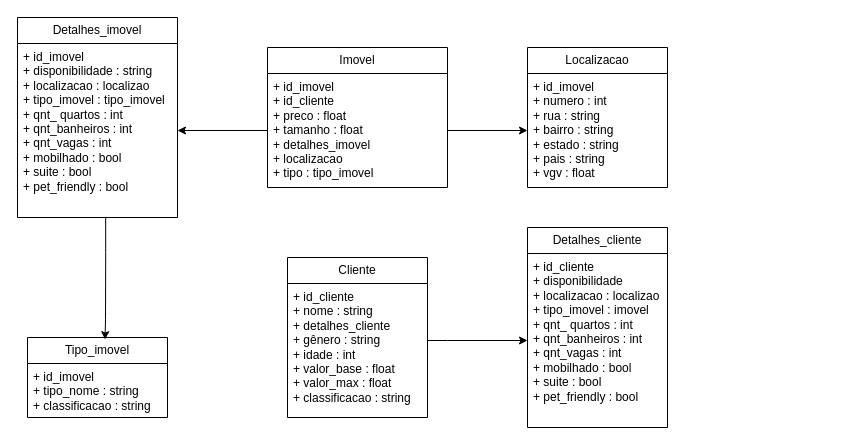
Before: banco.drawio in gabriel-kasten/Acto, a draw.io diagram. Source tidied: cells renumbered, new cells numbered last; positions are measured from the earlier drawing's top-left corner, leaving out a move shared by most shapes. Both pictures are drawn from the tidied source at 100%, with x=0, y=0 at pixel (17, 17).
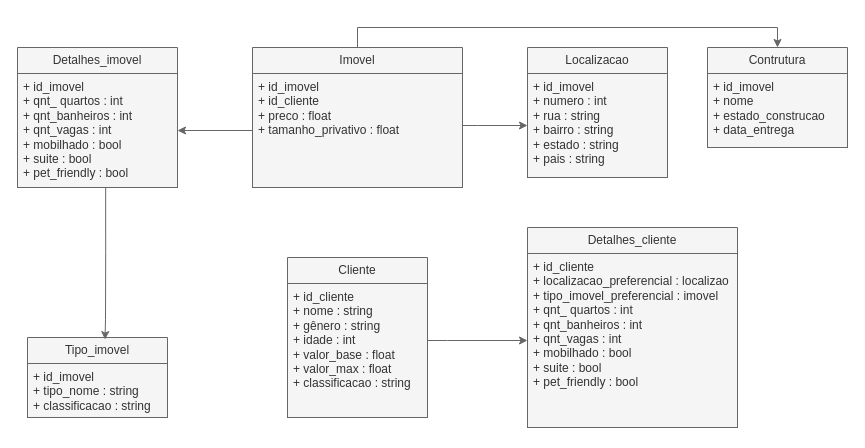
After the change.

The edit, as a diff of the source:
```diff
@@
+    <mxCell id="18" style="edgeStyle=orthogonalEdgeStyle;rounded=0;jettySize=auto;html=1;entryX=0.5;entryY=0;entryDx=0;entryDy=0;fillColor=#f5f5f5;strokeColor=#666666;" parent="1" edge="1" source="2" target="19">
+      <mxGeometry relative="1" as="geometry">
+        <Array as="points">
+          <mxPoint x="340" y="10" />
+          <mxPoint x="760" y="10" />
+        </Array>
+      </mxGeometry>
+    </mxCell>
-    <mxCell id="2" value="Imovel" style="swimlane;fontStyle=0;horizontal=1;startSize=26;fillColor=none;whiteSpace=wrap;html=1;" parent="1" vertex="1">
-      <mxGeometry x="250" y="30" width="180" height="140" as="geometry" />
+    <mxCell id="2" value="Imovel" style="swimlane;fontStyle=0;horizontal=1;startSize=26;fillColor=#f5f5f5;whiteSpace=wrap;html=1;fontColor=#333333;strokeColor=#666666;" parent="1" vertex="1">
+      <mxGeometry x="235" y="30" width="210" height="140" as="geometry" />
     </mxCell>
-    <mxCell id="3" value="+ id_imovel&lt;br&gt;+ id_cliente&lt;br&gt;+ preco : float&lt;br&gt;+ tamanho : float&lt;br&gt;+ detalhes_imovel&lt;br&gt;+ localizacao&lt;br&gt;+ tipo : tipo_imovel" style="text;strokeColor=none;fillColor=none;align=left;verticalAlign=top;spacingLeft=4;spacingRight=4;overflow=hidden;points=[[0,0.5],[1,0.5]];portConstraint=eastwest;whiteSpace=wrap;html=1;" parent="2" vertex="1">
-      <mxGeometry y="26" width="180" height="114" as="geometry" />
+    <mxCell id="3" value="+ id_imovel&lt;br&gt;+ id_cliente&lt;br&gt;+ preco : float&lt;br&gt;+ tamanho_privativo : float" style="text;strokeColor=#666666;fillColor=#f5f5f5;align=left;verticalAlign=top;spacingLeft=4;spacingRight=4;overflow=hidden;points=[[0,0.5],[1,0.5]];portConstraint=eastwest;whiteSpace=wrap;html=1;fontColor=#333333;" parent="2" vertex="1">
+      <mxGeometry y="26" width="210" height="114" as="geometry" />
     </mxCell>
-    <mxCell id="4" value="Localizacao" style="swimlane;fontStyle=0;horizontal=1;startSize=26;fillColor=none;whiteSpace=wrap;html=1;" parent="1" vertex="1">
-      <mxGeometry x="510" y="30" width="140" height="140" as="geometry" />
+    <mxCell id="4" value="Localizacao" style="swimlane;fontStyle=0;horizontal=1;startSize=26;fillColor=#f5f5f5;whiteSpace=wrap;html=1;fontColor=#333333;strokeColor=#666666;" parent="1" vertex="1">
+      <mxGeometry x="510" y="30" width="140" height="130" as="geometry" />
     </mxCell>
-    <mxCell id="5" value="+ id_imovel&lt;br&gt;+ numero : int&lt;br&gt;+ rua : string&lt;br&gt;+ bairro : string&lt;br&gt;+ estado : string&lt;br&gt;+ pais : string&lt;br&gt;+ vgv : float" style="text;strokeColor=none;fillColor=none;align=left;verticalAlign=top;spacingLeft=4;spacingRight=4;overflow=hidden;points=[[0,0.5],[1,0.5]];portConstraint=eastwest;whiteSpace=wrap;html=1;" parent="4" vertex="1">
-      <mxGeometry y="26" width="140" height="114" as="geometry" />
+    <mxCell id="5" value="+ id_imovel&lt;br&gt;+ numero : int&lt;br&gt;+ rua : string&lt;br&gt;+ bairro : string&lt;br&gt;+ estado : string&lt;br&gt;+ pais : string" style="text;strokeColor=#666666;fillColor=#f5f5f5;align=left;verticalAlign=top;spacingLeft=4;spacingRight=4;overflow=hidden;points=[[0,0.5],[1,0.5]];portConstraint=eastwest;whiteSpace=wrap;html=1;fontColor=#333333;" parent="4" vertex="1">
+      <mxGeometry y="26" width="140" height="104" as="geometry" />
     </mxCell>
-    <mxCell id="6" value="Tipo_imovel" style="swimlane;fontStyle=0;horizontal=1;startSize=26;fillColor=none;whiteSpace=wrap;html=1;" parent="1" vertex="1">
+    <mxCell id="6" value="Tipo_imovel" style="swimlane;fontStyle=0;horizontal=1;startSize=26;fillColor=#f5f5f5;whiteSpace=wrap;html=1;fontColor=#333333;strokeColor=#666666;" parent="1" vertex="1">
       <mxGeometry x="10" y="320" width="140" height="80" as="geometry" />
     </mxCell>
-    <mxCell id="7" value="+ id_imovel&lt;br&gt;+ tipo_nome : string&lt;br&gt;+ classificacao : string" style="text;strokeColor=none;fillColor=none;align=left;verticalAlign=top;spacingLeft=4;spacingRight=4;overflow=hidden;whiteSpace=wrap;html=1;" parent="6" vertex="1">
+    <mxCell id="7" value="+ id_imovel&lt;br&gt;+ tipo_nome : string&lt;br&gt;+ classificacao : string" style="text;strokeColor=#666666;fillColor=#f5f5f5;align=left;verticalAlign=top;spacingLeft=4;spacingRight=4;overflow=hidden;whiteSpace=wrap;html=1;fontColor=#333333;" parent="6" vertex="1">
       <mxGeometry y="26" width="140" height="54" as="geometry" />
     </mxCell>
-    <mxCell id="8" value="Cliente" style="swimlane;fontStyle=0;horizontal=1;startSize=26;fillColor=none;whiteSpace=wrap;html=1;" parent="1" vertex="1">
+    <mxCell id="8" value="Cliente" style="swimlane;fontStyle=0;horizontal=1;startSize=26;fillColor=#f5f5f5;whiteSpace=wrap;html=1;fontColor=#333333;strokeColor=#666666;" parent="1" vertex="1">
       <mxGeometry x="270" y="240" width="140" height="160" as="geometry" />
     </mxCell>
-    <mxCell id="9" value="+ id_cliente&lt;br&gt;+ nome : string&lt;br&gt;+ detalhes_cliente&lt;br&gt;+ gênero : string&lt;br&gt;+ idade : int&lt;br&gt;+ valor_base : float&lt;br&gt;+ valor_max : float&lt;br&gt;+ classificacao : string" style="text;strokeColor=none;fillColor=none;align=left;verticalAlign=top;spacingLeft=4;spacingRight=4;overflow=hidden;points=[[0,0.5],[1,0.5]];portConstraint=eastwest;whiteSpace=wrap;html=1;" parent="8" vertex="1">
+    <mxCell id="9" value="+ id_cliente&lt;br&gt;+ nome : string&lt;br&gt;+ gênero : string&lt;br&gt;+ idade : int&lt;br&gt;+ valor_base : float&lt;br&gt;+ valor_max : float&lt;br&gt;+ classificacao : string" style="text;strokeColor=#666666;fillColor=#f5f5f5;align=left;verticalAlign=top;spacingLeft=4;spacingRight=4;overflow=hidden;points=[[0,0.5],[1,0.5]];portConstraint=eastwest;whiteSpace=wrap;html=1;fontColor=#333333;" parent="8" vertex="1">
       <mxGeometry y="26" width="140" height="134" as="geometry" />
     </mxCell>
-    <mxCell id="10" value="Detalhes_cliente" style="swimlane;fontStyle=0;horizontal=1;startSize=26;fillColor=none;whiteSpace=wrap;html=1;" parent="1" vertex="1">
-      <mxGeometry x="510" y="210" width="140" height="200" as="geometry" />
+    <mxCell id="10" value="Detalhes_cliente" style="swimlane;fontStyle=0;horizontal=1;startSize=26;fillColor=#f5f5f5;whiteSpace=wrap;html=1;fontColor=#333333;strokeColor=#666666;" parent="1" vertex="1">
+      <mxGeometry x="510" y="210" width="210" height="200" as="geometry" />
     </mxCell>
-    <mxCell id="11" value="+ id_cliente&lt;br&gt;+ disponibilidade&amp;nbsp;&lt;br&gt;+ localizacao : localizao&lt;br&gt;+ tipo_imovel : imovel&lt;br&gt;+ qnt_ quartos : int&lt;br&gt;+ qnt_banheiros : int&lt;br&gt;+ qnt_vagas : int&lt;br&gt;+ mobilhado : bool&lt;br&gt;+ suite : bool&lt;br&gt;+ pet_friendly : bool" style="text;strokeColor=none;fillColor=none;align=left;verticalAlign=top;spacingLeft=4;spacingRight=4;overflow=hidden;points=[[0,0.5],[1,0.5]];portConstraint=eastwest;whiteSpace=wrap;html=1;" parent="10" vertex="1">
-      <mxGeometry y="26" width="140" height="174" as="geometry" />
+    <mxCell id="11" value="+ id_cliente&lt;br&gt;+ localizacao_preferencial&amp;nbsp;: localizao&lt;br&gt;+ tipo_imovel_preferencial : imovel&lt;br&gt;+ qnt_ quartos : int&lt;br&gt;+ qnt_banheiros : int&lt;br&gt;+ qnt_vagas : int&lt;br&gt;+ mobilhado : bool&lt;br&gt;+ suite : bool&lt;br&gt;+ pet_friendly : bool" style="text;strokeColor=#666666;fillColor=#f5f5f5;align=left;verticalAlign=top;spacingLeft=4;spacingRight=4;overflow=hidden;points=[[0,0.5],[1,0.5]];portConstraint=eastwest;whiteSpace=wrap;html=1;fontColor=#333333;" parent="10" vertex="1">
+      <mxGeometry y="26" width="210" height="174" as="geometry" />
     </mxCell>
-    <mxCell id="12" value="Detalhes_imovel" style="swimlane;fontStyle=0;horizontal=1;startSize=26;fillColor=none;whiteSpace=wrap;html=1;" parent="1" vertex="1">
-      <mxGeometry width="160" height="200" as="geometry" />
+    <mxCell id="12" value="Detalhes_imovel" style="swimlane;fontStyle=0;horizontal=1;startSize=26;fillColor=#f5f5f5;whiteSpace=wrap;html=1;fontColor=#333333;strokeColor=#666666;" parent="1" vertex="1">
+      <mxGeometry y="30" width="160" height="140" as="geometry" />
     </mxCell>
-    <mxCell id="13" value="+ id_imovel&lt;br&gt;+ disponibilidade : string&lt;br&gt;+ localizacao : localizao&lt;br&gt;+ tipo_imovel : tipo_imovel&lt;br&gt;+ qnt_ quartos : int&lt;br&gt;+ qnt_banheiros : int&lt;br&gt;+ qnt_vagas : int&lt;br&gt;+ mobilhado : bool&lt;br&gt;+ suite : bool&lt;br&gt;+ pet_friendly : bool" style="text;strokeColor=none;fillColor=none;align=left;verticalAlign=top;spacingLeft=4;spacingRight=4;overflow=hidden;points=[[0,0.5],[1,0.5]];portConstraint=eastwest;whiteSpace=wrap;html=1;" parent="12" vertex="1">
-      <mxGeometry y="26" width="160" height="174" as="geometry" />
+    <mxCell id="13" value="+ id_imovel&lt;br&gt;+ qnt_ quartos : int&lt;br&gt;+ qnt_banheiros : int&lt;br&gt;+ qnt_vagas : int&lt;br&gt;+ mobilhado : bool&lt;br&gt;+ suite : bool&lt;br&gt;+ pet_friendly : bool" style="text;strokeColor=#666666;fillColor=#f5f5f5;align=left;verticalAlign=top;spacingLeft=4;spacingRight=4;overflow=hidden;points=[[0,0.5],[1,0.5]];portConstraint=eastwest;whiteSpace=wrap;html=1;fontColor=#333333;" parent="12" vertex="1">
+      <mxGeometry y="26" width="160" height="114" as="geometry" />
     </mxCell>
-    <mxCell id="14" style="edgeStyle=orthogonalEdgeStyle;rounded=0;jettySize=auto;html=1;entryX=0.554;entryY=0.026;entryDx=0;entryDy=0;entryPerimeter=0;exitX=0.551;exitY=0.996;exitDx=0;exitDy=0;exitPerimeter=0;" parent="1" edge="1" source="13" target="6">
+    <mxCell id="14" style="edgeStyle=orthogonalEdgeStyle;rounded=0;jettySize=auto;html=1;entryX=0.554;entryY=0.026;entryDx=0;entryDy=0;entryPerimeter=0;exitX=0.551;exitY=0.996;exitDx=0;exitDy=0;exitPerimeter=0;fillColor=#f5f5f5;strokeColor=#666666;" parent="1" edge="1" source="13" target="6">
       <mxGeometry relative="1" as="geometry">
         <Array as="points">
           <mxPoint x="88" y="235" />
           <mxPoint x="88" y="302" />
           <mxPoint x="88" y="302" />
         </Array>
       </mxGeometry>
     </mxCell>
-    <mxCell id="15" style="edgeStyle=orthogonalEdgeStyle;rounded=0;jettySize=auto;html=1;" parent="1" edge="1" source="3" target="5">
-      <mxGeometry relative="1" as="geometry" />
+    <mxCell id="15" style="edgeStyle=orthogonalEdgeStyle;rounded=0;jettySize=auto;html=1;fillColor=#f5f5f5;strokeColor=#666666;" parent="1" edge="1" source="3" target="5">
+      <mxGeometry relative="1" as="geometry">
+        <Array as="points">
+          <mxPoint x="460" y="108" />
+          <mxPoint x="460" y="108" />
+        </Array>
+      </mxGeometry>
     </mxCell>
-    <mxCell id="16" style="edgeStyle=orthogonalEdgeStyle;rounded=0;jettySize=auto;html=1;" parent="1" edge="1" source="3" target="13">
+    <mxCell id="16" style="edgeStyle=orthogonalEdgeStyle;rounded=0;jettySize=auto;html=1;fillColor=#f5f5f5;strokeColor=#666666;" parent="1" edge="1" source="3" target="13">
       <mxGeometry relative="1" as="geometry" />
     </mxCell>
-    <mxCell id="17" style="edgeStyle=orthogonalEdgeStyle;rounded=0;jettySize=auto;html=1;" parent="1" edge="1" source="9" target="11">
+    <mxCell id="17" style="edgeStyle=orthogonalEdgeStyle;rounded=0;jettySize=auto;html=1;fillColor=#f5f5f5;strokeColor=#666666;" parent="1" edge="1" source="9" target="11">
       <mxGeometry relative="1" as="geometry">
         <Array as="points">
           <mxPoint x="430" y="323" />
           <mxPoint x="430" y="323" />
         </Array>
       </mxGeometry>
     </mxCell>
+    <mxCell id="19" value="Contrutura" style="swimlane;fontStyle=0;horizontal=1;startSize=26;fillColor=#f5f5f5;whiteSpace=wrap;html=1;fontColor=#333333;strokeColor=#666666;" parent="1" vertex="1">
+      <mxGeometry x="690" y="30" width="140" height="100" as="geometry" />
+    </mxCell>
+    <mxCell id="20" value="+ id_imovel&lt;br&gt;+ nome&lt;br&gt;+ estado_construcao&lt;br&gt;+ data_entrega" style="text;strokeColor=#666666;fillColor=#f5f5f5;align=left;verticalAlign=top;spacingLeft=4;spacingRight=4;overflow=hidden;whiteSpace=wrap;html=1;fontColor=#333333;" parent="19" vertex="1">
+      <mxGeometry y="26" width="140" height="74" as="geometry" />
+    </mxCell>
```
